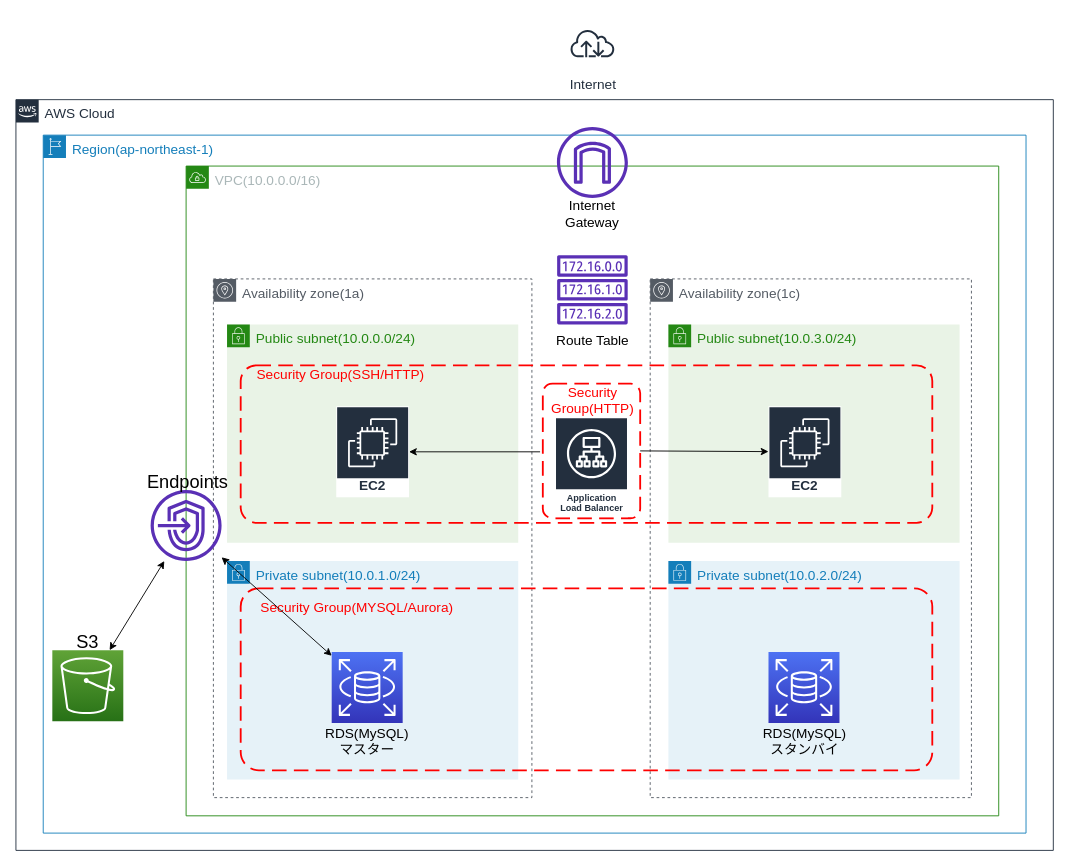
The draw.io diagram page "Application_Layer" (4 of 4) of ELB&S3.drawio in takao0513yamada/toy_app, before the edit. Source tidied: cells renumbered, new cells numbered last; positions are measured from the earlier drawing's top-left corner, leaving out a move shared by most shapes. Both pictures are drawn from the tidied source at 91%, with x=0, y=0 at pixel (15, 15).
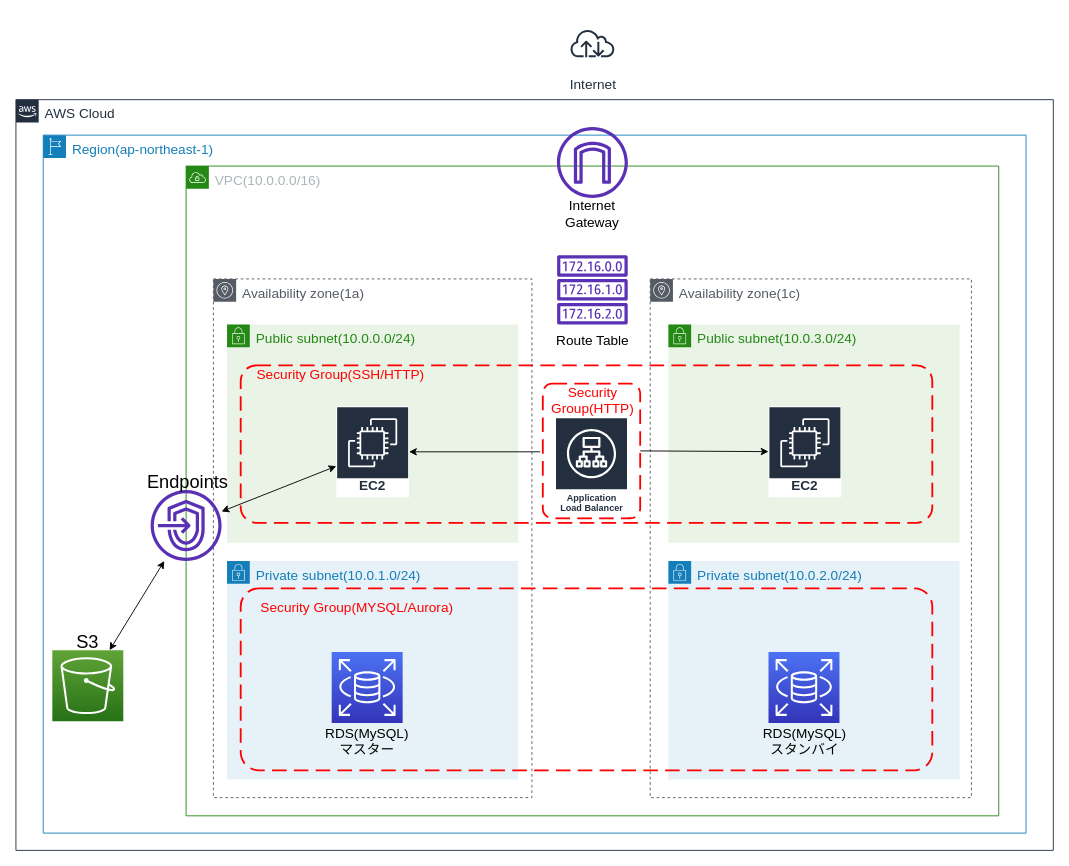
Above is the later version.

Commit message:
ELB&S3.drawio を更新します

Unchanged cells that the change refers to:
```xml
<mxCell id="23" value="&lt;font style=&quot;font-size: 15px&quot;&gt;EC2&lt;/font&gt;" style="outlineConnect=0;fontColor=#232F3E;gradientColor=none;strokeColor=#ffffff;fillColor=#232F3E;dashed=0;verticalLabelPosition=middle;verticalAlign=bottom;align=center;html=1;whiteSpace=wrap;fontSize=10;fontStyle=1;spacing=3;shape=mxgraph.aws4.productIcon;prIcon=mxgraph.aws4.ec2;" parent="1" vertex="1">
  <mxGeometry x="352" y="429" width="80" height="100" as="geometry" />
</mxCell>
<mxCell id="27" style="outlineConnect=0;fontColor=#232F3E;gradientColor=#4D72F3;gradientDirection=north;fillColor=#3334B9;strokeColor=#ffffff;dashed=0;verticalLabelPosition=bottom;verticalAlign=top;align=center;html=1;fontSize=12;fontStyle=0;shape=mxgraph.aws4.resourceIcon;resIcon=mxgraph.aws4.rds;" parent="1" vertex="1">
  <mxGeometry x="347" y="699" width="78" height="78" as="geometry" />
</mxCell>
<mxCell id="33" style="outlineConnect=0;fontColor=#232F3E;gradientColor=none;fillColor=#5A30B5;strokeColor=none;dashed=0;verticalLabelPosition=bottom;verticalAlign=top;align=center;html=1;fontSize=12;fontStyle=0;shape=mxgraph.aws4.endpoints;" parent="1" vertex="1">
  <mxGeometry x="148" y="521" width="78" height="78" as="geometry" />
</mxCell>
```

What changed in the source:
```diff
@@
-    <mxCell id="35" style="endArrow=classic;startArrow=classic;html=1;" parent="1" edge="1" source="33" target="27">
+    <mxCell id="35" style="endArrow=classic;startArrow=classic;html=1;" parent="1" edge="1" source="33" target="23">
       <mxGeometry relative="1" as="geometry" />
     </mxCell>
```
